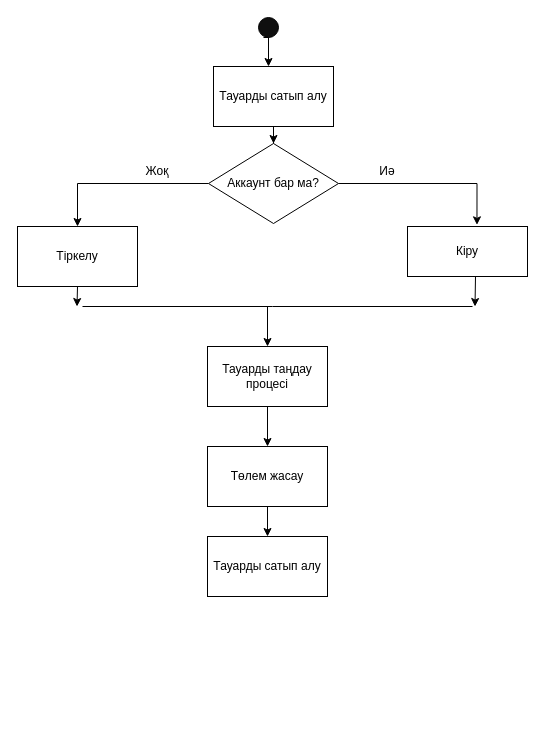
Before: page "Page-1" (1 of 4) of Untitled Diagram.drawio in Perizat31/pizza, a draw.io diagram. Source tidied: cells renumbered, new cells numbered last; positions are measured from the earlier drawing's top-left corner, leaving out a move shared by most shapes. Both pictures are drawn from the tidied source at 100%, with x=0, y=0 at pixel (17, 17).
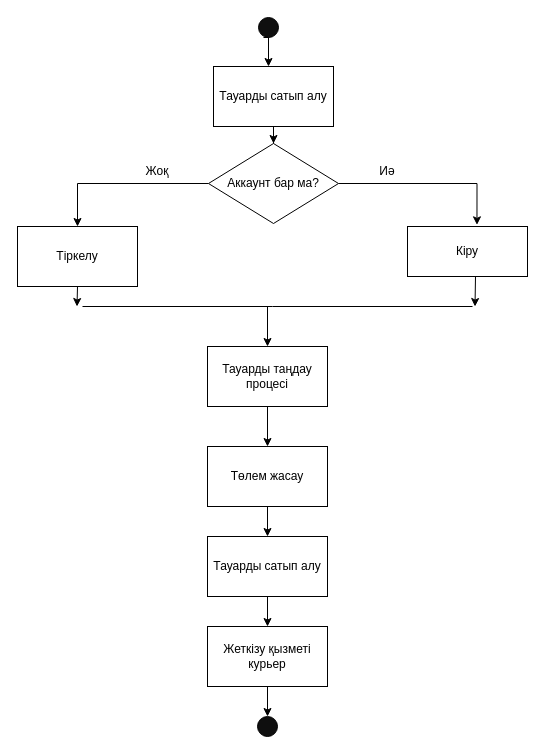
The same page after the edit.

Unchanged cells that the change refers to:
```xml
<mxCell id="17" value="Тауарды сатып алу" style="rounded=0;whiteSpace=wrap;html=1;" parent="1" vertex="1">
  <mxGeometry x="190" y="519" width="120" height="60" as="geometry" />
</mxCell>
```

What changed in the source:
```diff
@@
+    <mxCell id="22" style="edgeStyle=orthogonalEdgeStyle;rounded=0;jettySize=auto;html=1;entryX=0.5;entryY=0;entryDx=0;entryDy=0;" parent="1" edge="1" source="17" target="24">
+      <mxGeometry relative="1" as="geometry" />
+    </mxCell>
@@
+    <mxCell id="23" style="edgeStyle=orthogonalEdgeStyle;rounded=0;jettySize=auto;html=1;entryX=0.5;entryY=0;entryDx=0;entryDy=0;" parent="1" edge="1" source="24" target="25">
+      <mxGeometry relative="1" as="geometry" />
+    </mxCell>
+    <mxCell id="24" value="Жеткізу қызметі&lt;div&gt;курьер&lt;/div&gt;" style="rounded=0;whiteSpace=wrap;html=1;" parent="1" vertex="1">
+      <mxGeometry x="190" y="609" width="120" height="60" as="geometry" />
+    </mxCell>
+    <mxCell id="25" style="ellipse;whiteSpace=wrap;html=1;fillColor=#0F0F0F;" parent="1" vertex="1">
+      <mxGeometry x="240" y="699" width="20" height="20" as="geometry" />
+    </mxCell>
```
